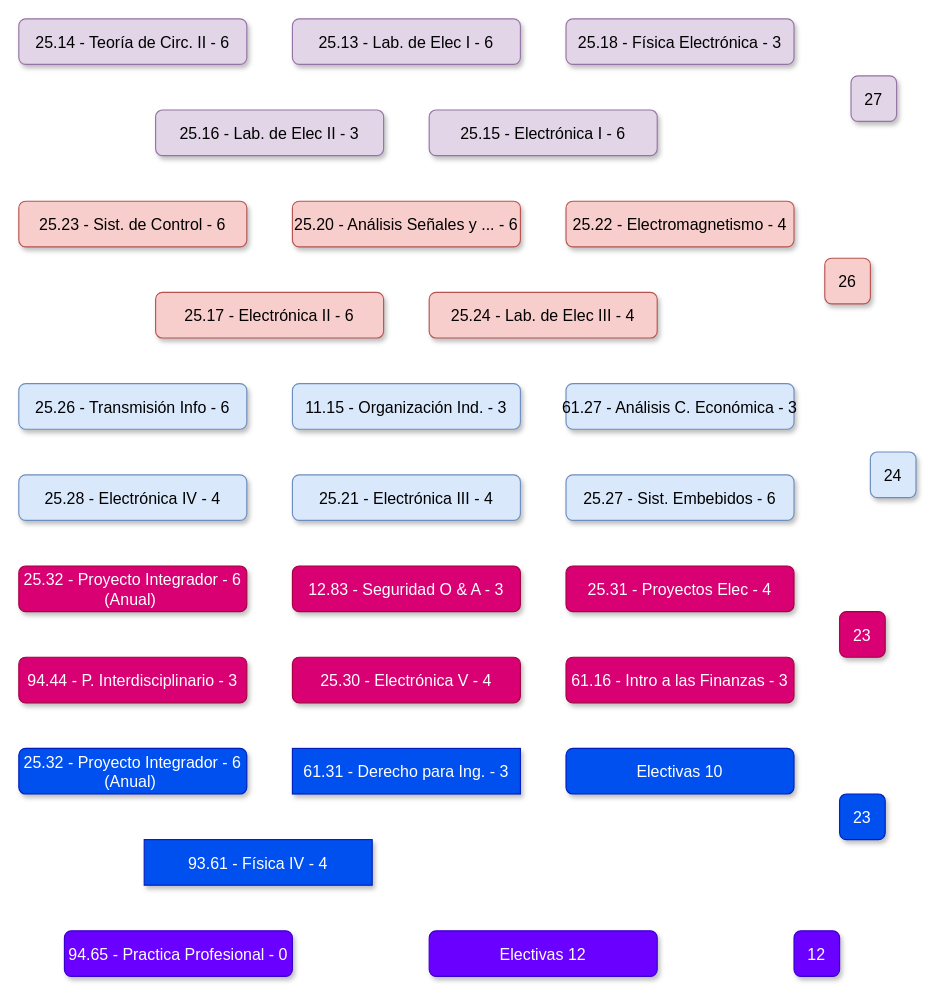
The draw.io diagram Diagrama sin título.drawio in juanipla/K22, before the edit. Source tidied: cells renumbered, new cells numbered last; positions are measured from the earlier drawing's top-left corner, leaving out a move shared by most shapes. Both pictures are drawn from the tidied source at 114%, with x=0, y=0 at pixel (18, 18).
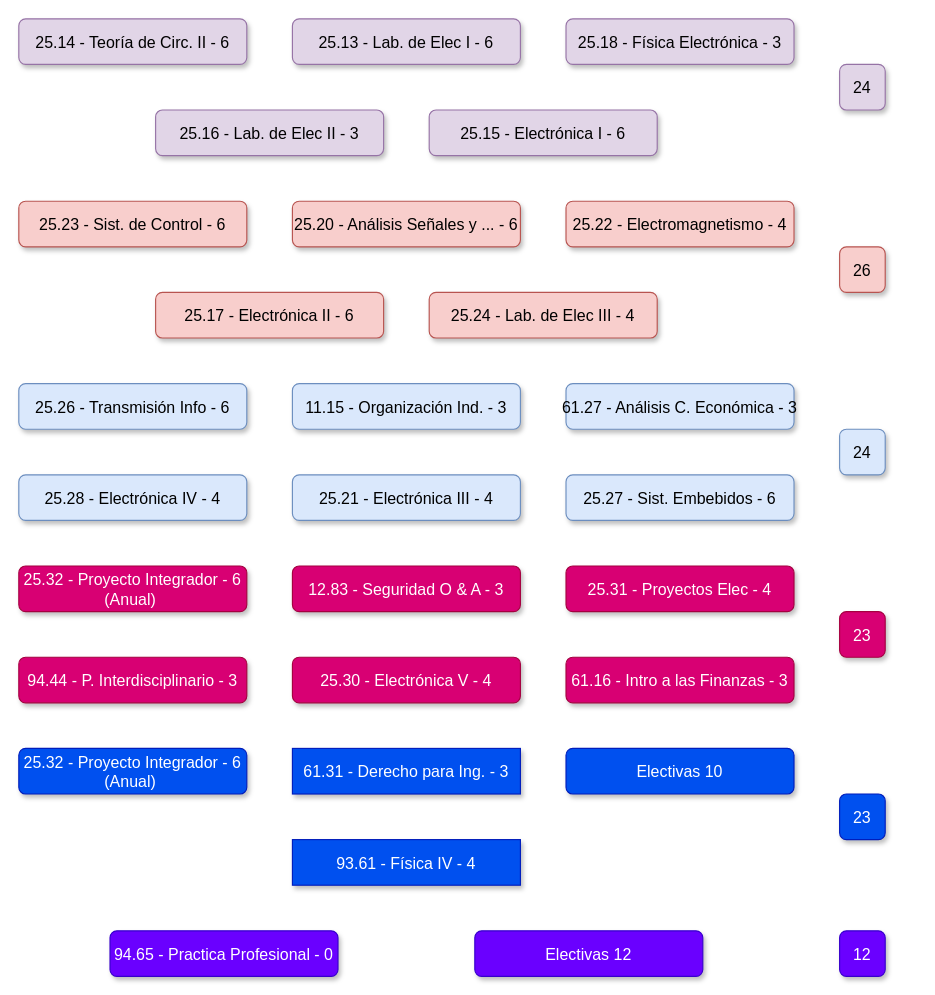
The same page after the edit.

The edit, as a diff of the source:
```diff
@@
-    <mxCell id="7" value="27" style="rounded=1;fillColor=#e1d5e7;strokeColor=#9673a6;shadow=1;fontStyle=0;fontSize=14;labelBorderColor=none;labelBackgroundColor=none;verticalAlign=middle;" parent="1" vertex="1">
-      <mxGeometry x="730" y="50" width="40" height="40" as="geometry" />
+    <mxCell id="7" value="24" style="rounded=1;fillColor=#e1d5e7;strokeColor=#9673a6;shadow=1;fontStyle=0;fontSize=14;labelBorderColor=none;labelBackgroundColor=none;verticalAlign=middle;" parent="1" vertex="1">
+      <mxGeometry x="720" y="40" width="40" height="40" as="geometry" />
     </mxCell>
@@
     <mxCell id="13" value="26" style="rounded=1;fillColor=#f8cecc;strokeColor=#b85450;shadow=1;fontStyle=0;fontSize=14;labelBorderColor=none;labelBackgroundColor=none;verticalAlign=middle;" parent="1" vertex="1">
-      <mxGeometry x="707" y="210" width="40" height="40" as="geometry" />
+      <mxGeometry x="720" y="200" width="40" height="40" as="geometry" />
     </mxCell>
@@
     <mxCell id="20" value="24" style="rounded=1;fillColor=#dae8fc;strokeColor=#6c8ebf;shadow=1;fontStyle=0;fontSize=14;labelBorderColor=none;labelBackgroundColor=none;verticalAlign=middle;" parent="1" vertex="1">
-      <mxGeometry x="747" y="380" width="40" height="40" as="geometry" />
+      <mxGeometry x="720" y="360" width="40" height="40" as="geometry" />
     </mxCell>
@@
     <mxCell id="31" value="94.65 - Practica Profesional - 0" style="rounded=1;fillColor=#6a00ff;strokeColor=#3700CC;shadow=1;fontStyle=0;fontSize=14;labelBorderColor=none;labelBackgroundColor=none;verticalAlign=middle;fontColor=#ffffff;" parent="1" vertex="1">
-      <mxGeometry x="40" y="800" width="200" height="40" as="geometry" />
+      <mxGeometry x="80" y="800" width="200" height="40" as="geometry" />
     </mxCell>
@@
     <mxCell id="33" value="93.61 - Física IV - 4" style="rounded=1;fillColor=#0050ef;strokeColor=#001DBC;shadow=1;fontStyle=0;fontSize=14;labelBorderColor=none;labelBackgroundColor=none;verticalAlign=middle;fontColor=#ffffff;arcSize=0;" parent="1" vertex="1">
-      <mxGeometry x="110" y="720" width="200" height="40" as="geometry" />
+      <mxGeometry x="240" y="720" width="200" height="40" as="geometry" />
     </mxCell>
     <mxCell id="34" value="Electivas 12" style="rounded=1;fillColor=#6a00ff;strokeColor=#3700CC;shadow=1;fontStyle=0;fontSize=14;labelBorderColor=none;labelBackgroundColor=none;verticalAlign=middle;fontColor=#ffffff;" parent="1" vertex="1">
-      <mxGeometry x="360" y="800" width="200" height="40" as="geometry" />
+      <mxGeometry x="400" y="800" width="200" height="40" as="geometry" />
     </mxCell>
@@
     <mxCell id="36" value="12" style="rounded=1;fillColor=#6a00ff;strokeColor=#3700CC;shadow=1;fontStyle=0;fontSize=14;labelBorderColor=none;labelBackgroundColor=none;verticalAlign=middle;fontColor=#ffffff;" parent="1" vertex="1">
-      <mxGeometry x="680" y="800" width="40" height="40" as="geometry" />
+      <mxGeometry x="720" y="800" width="40" height="40" as="geometry" />
     </mxCell>
```
